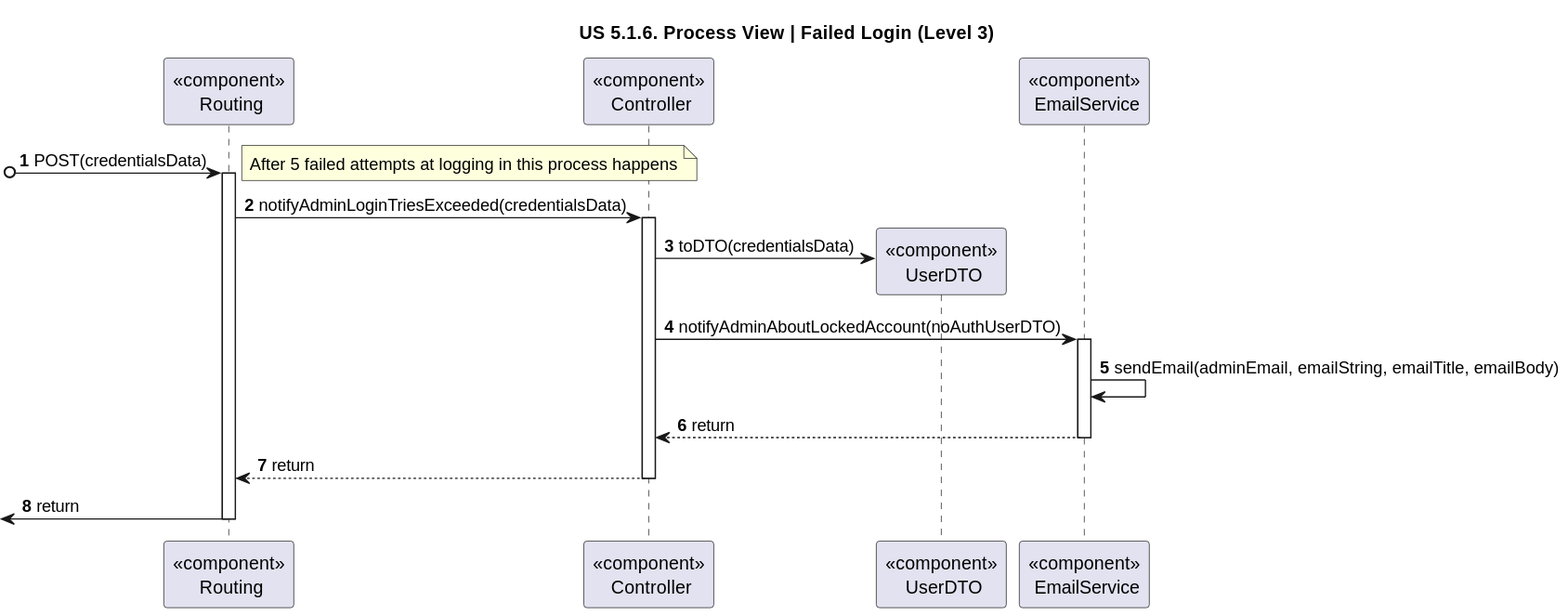
This is docs/sprint-1/us-5.1.6/Process_View/Level-3/us6-failed-login-process-view-lvl3.svg from rita-barbosa/LAPR5-2425, a PlantUML export, as it was before one commit.
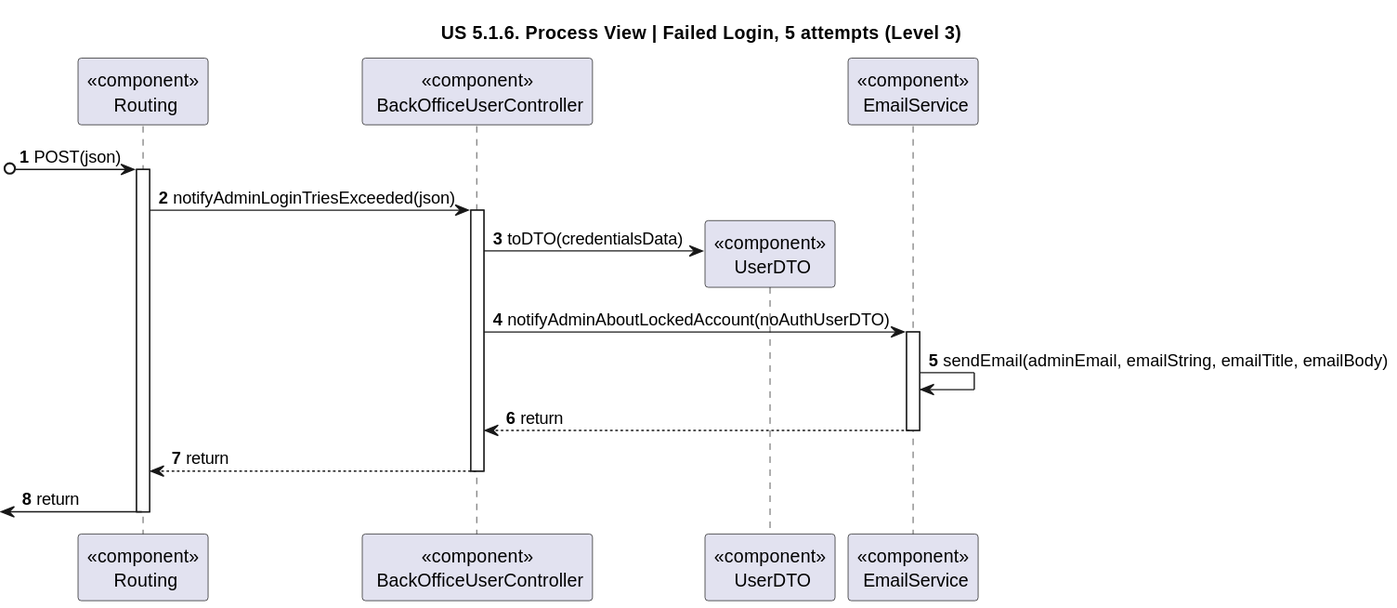
Above is the later version.

Commit message:
DG38-9 | docs: process views diagrams update

What changed in the source:
```diff
@@ -1,23 +1,20 @@
 @startuml
 
-title "US 5.1.6. Process View | Failed Login (Level 3)"
+title "US 5.1.6. Process View | Failed Login, 5 attempts (Level 3)"
 
 autonumber
 
 participant "<<component>>\n Routing" as ROUTE
-participant "<<component>>\n Controller" as CONTROL
+participant "<<component>>\n BackOfficeUserController" as CONTROL
 
 participant "<<component>>\n UserDTO" as UserDTO
 
 participant "<<component>>\n EmailService" as EMAILServ
 
-[o-> ROUTE : POST(credentialsData)
-note right
-After 5 failed attempts at logging in this process happens
-end note
+[o-> ROUTE : POST(json)
 activate ROUTE
 
-ROUTE -> CONTROL : notifyAdminLoginTriesExceeded(credentialsData)
+ROUTE -> CONTROL : notifyAdminLoginTriesExceeded(json)
 activate CONTROL
 
 CONTROL -> UserDTO** : toDTO(credentialsData)
```
